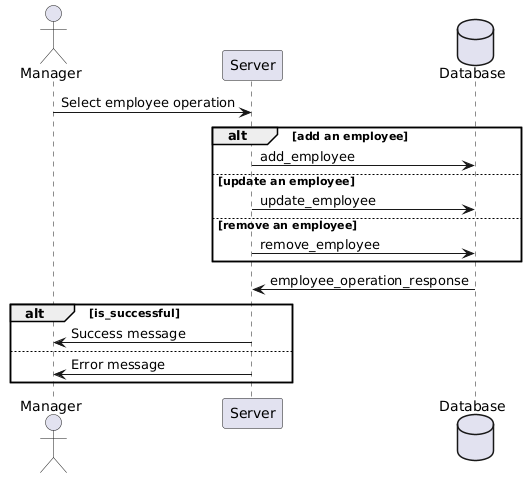
kavvykav/TWIC-Project keeps this PlantUML diagram as docs/diagrams/sequence-diagrams/EmployeeOperationSequence.png. Above is the earlier version. The source it was exported from:
```plantuml
@startuml
actor       Manager
participant Server
database    Database
Manager -> Server: Select employee operation
alt add an employee
Server -> Database: add_employee
else update an employee
Server -> Database: update_employee
else remove an employee
Server -> Database: remove_employee
end
Database -> Server: employee_operation_response
alt is_successful
Server -> Manager: Success message
else
Server -> Manager: Error message
end
@enduml
```
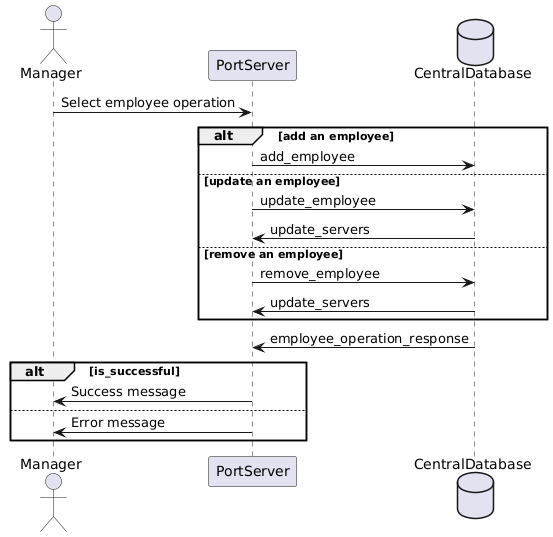
After the change.

Commit message:
update sequence diagrams for port server and central database

The edit, as a diff of the source:
```diff
@@ -1,14 +1,16 @@
 @startuml
 actor       Manager
-participant Server
-database    Database
+participant PortServer as Server
+database    CentralDatabase as Database
 Manager -> Server: Select employee operation
 alt add an employee
 Server -> Database: add_employee
 else update an employee
 Server -> Database: update_employee
+Database -> Server: update_servers
 else remove an employee
 Server -> Database: remove_employee
+Database -> Server: update_servers
 end
 Database -> Server: employee_operation_response
 alt is_successful
```
